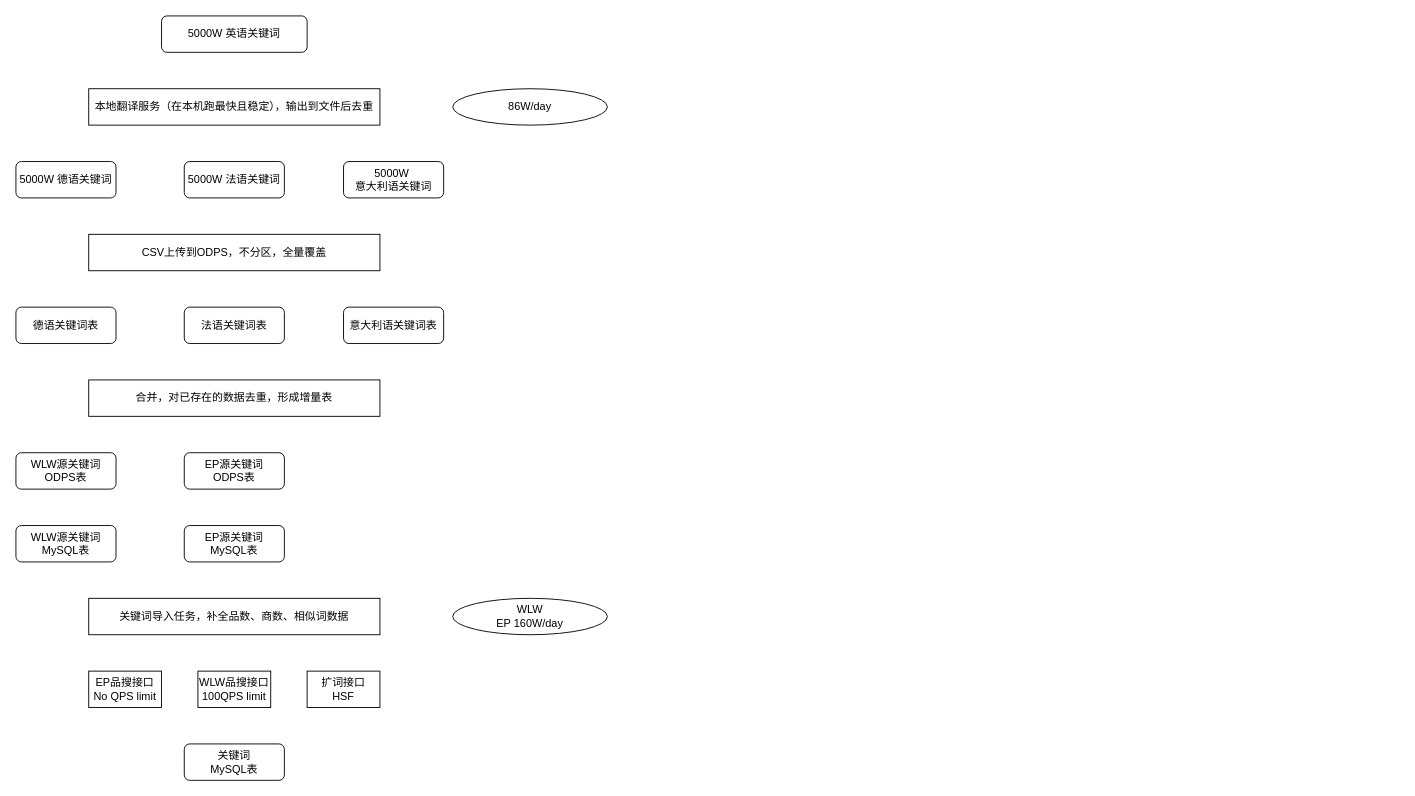
Before: drawio/大数据量关键词导入.drawio in VisableHarry/seo-drawio, a draw.io diagram. Source tidied: cells renumbered, new cells numbered last; positions are measured from the earlier drawing's top-left corner, leaving out a move shared by most shapes. Both pictures are drawn from the tidied source at 91%, with x=0, y=0 at pixel (15, 15).
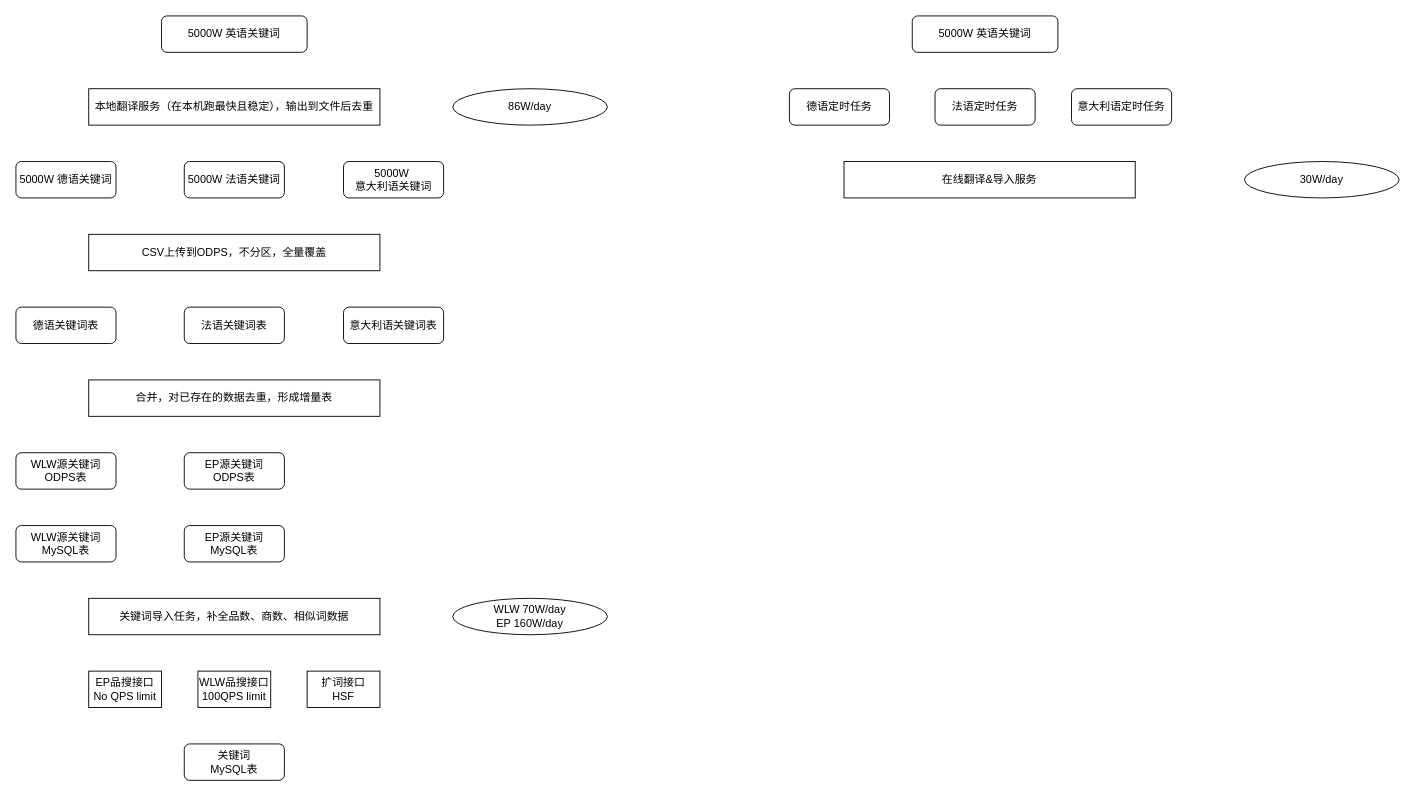
The same page after the edit.

Commit message (it also covers changes not shown here):
更新大数据量关键词导入.drawio

The edit, as a diff of the source:
```diff
@@
-    <mxCell id="22" value="WLW&lt;div&gt;EP 160W/day&lt;/div&gt;" style="ellipse;whiteSpace=wrap;html=1;" parent="1" vertex="1">
+    <mxCell id="22" value="WLW 70W/day&lt;div&gt;EP 160W/day&lt;/div&gt;" style="ellipse;whiteSpace=wrap;html=1;" parent="1" vertex="1">
       <mxGeometry x="480" y="640" width="170" height="40" as="geometry" />
     </mxCell>
+    <mxCell id="23" value="5000W 英语关键词" style="rounded=1;whiteSpace=wrap;html=1;" parent="1" vertex="1">
+      <mxGeometry x="985" width="160" height="40" as="geometry" />
+    </mxCell>
+    <mxCell id="24" value="在线翻译&amp;amp;导入服务" style="rounded=0;whiteSpace=wrap;html=1;" parent="1" vertex="1">
+      <mxGeometry x="910" y="160" width="320" height="40" as="geometry" />
+    </mxCell>
+    <mxCell id="25" value="30W/day" style="ellipse;whiteSpace=wrap;html=1;" parent="1" vertex="1">
+      <mxGeometry x="1350" y="160" width="170" height="40" as="geometry" />
+    </mxCell>
+    <mxCell id="26" value="德语定时任务" style="rounded=1;whiteSpace=wrap;html=1;" parent="1" vertex="1">
+      <mxGeometry x="850" y="80" width="110" height="40" as="geometry" />
+    </mxCell>
+    <mxCell id="27" value="法语定时任务" style="rounded=1;whiteSpace=wrap;html=1;" parent="1" vertex="1">
+      <mxGeometry x="1010" y="80" width="110" height="40" as="geometry" />
+    </mxCell>
+    <mxCell id="28" value="意大利语定时任务" style="rounded=1;whiteSpace=wrap;html=1;" parent="1" vertex="1">
+      <mxGeometry x="1160" y="80" width="110" height="40" as="geometry" />
+    </mxCell>
```
